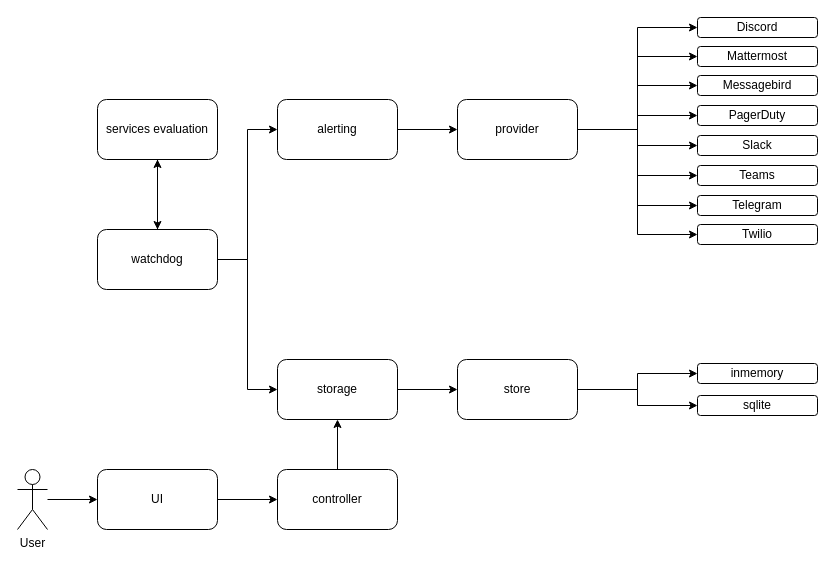
Earlier version of the draw.io diagram .github/assets/gatus-diagram.drawio (smartech7/developer-dashboard-gatus). Source tidied: cells renumbered, new cells numbered last; positions are measured from the earlier drawing's top-left corner, leaving out a move shared by most shapes. Both pictures are drawn from the tidied source at 100%, with x=0, y=0 at pixel (17, 17).
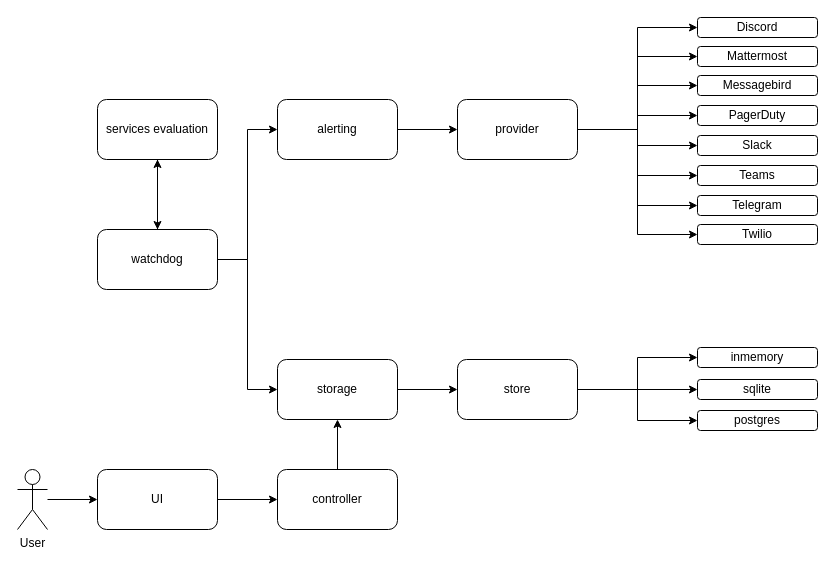
The same diagram, later.

The change refers to these unchanged cells:
```xml
<mxCell id="27" value="store" style="rounded=1;whiteSpace=wrap;html=1;" parent="1" vertex="1">
  <mxGeometry x="440" y="342" width="120" height="60" as="geometry" />
</mxCell>
```

Change to the diagram source:
```diff
@@
+    <mxCell id="40" style="edgeStyle=orthogonalEdgeStyle;rounded=0;jettySize=auto;html=1;entryX=0;entryY=0.5;entryDx=0;entryDy=0;" parent="1" edge="1" source="27" target="41">
+      <mxGeometry relative="1" as="geometry" />
+    </mxCell>
@@
     <mxCell id="28" value="sqlite" style="whiteSpace=wrap;html=1;rounded=1;" parent="1" vertex="1">
-      <mxGeometry x="680" y="378" width="120" height="20" as="geometry" />
+      <mxGeometry x="680" y="362" width="120" height="20" as="geometry" />
     </mxCell>
     <mxCell id="29" value="inmemory" style="whiteSpace=wrap;html=1;rounded=1;" parent="1" vertex="1">
-      <mxGeometry x="680" y="346" width="120" height="20" as="geometry" />
+      <mxGeometry x="680" y="330" width="120" height="20" as="geometry" />
     </mxCell>
@@
+    <mxCell id="41" value="postgres" style="whiteSpace=wrap;html=1;rounded=1;" parent="1" vertex="1">
+      <mxGeometry x="680" y="393" width="120" height="20" as="geometry" />
+    </mxCell>
```
